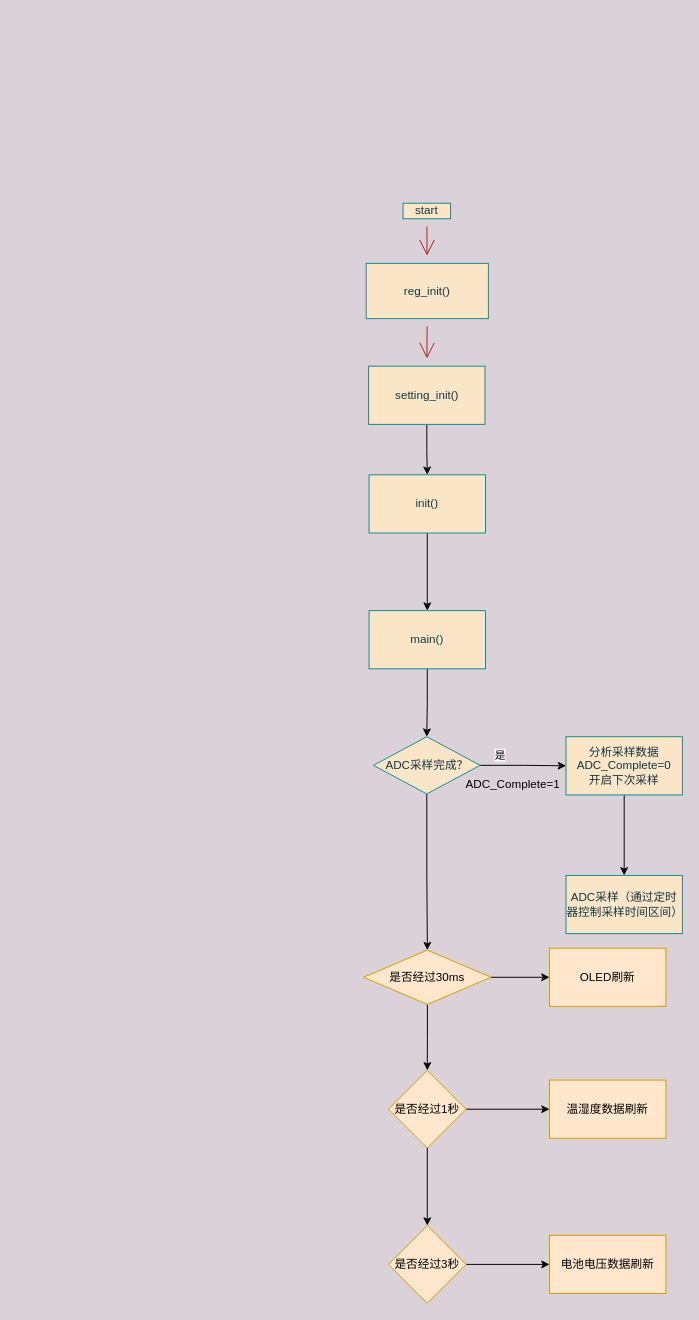
This is mini_scope.drawio from grander1/draw_io, a draw.io file, before an edit. Source tidied: cells renumbered, new cells numbered last; positions are measured from the earlier drawing's top-left corner, leaving out a move shared by most shapes. Both pictures are drawn from the tidied source at 97%, with x=0, y=0 at pixel (363, 203).
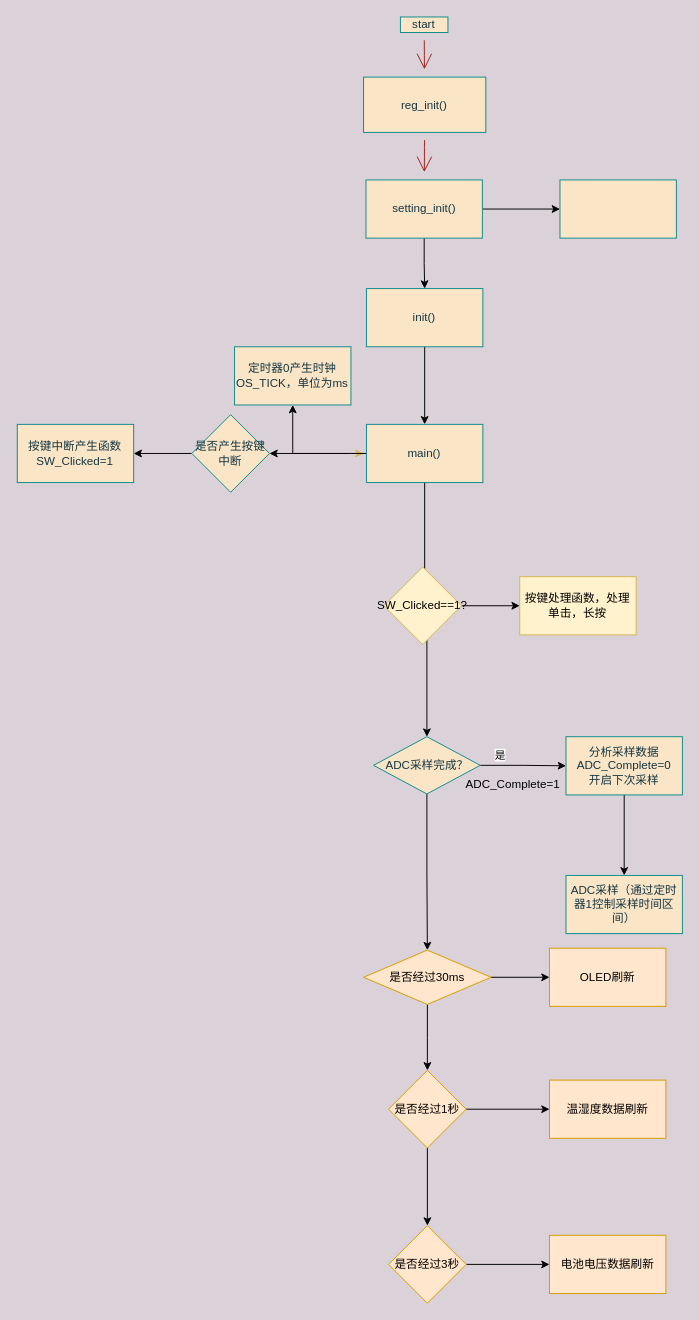
After the change.

What changed in the source:
```diff
@@
     <mxCell id="3" value="start" style="rounded=0;whiteSpace=wrap;html=1;hachureGap=4;fillColor=#FAE5C7;strokeColor=#0F8B8D;fontColor=#143642;" parent="1" vertex="1">
-      <mxGeometry x="41" width="49" height="16" as="geometry" />
+      <mxGeometry x="38.3" y="-192" width="49" height="16" as="geometry" />
     </mxCell>
@@
-    <mxCell id="5" value="reg_init()" style="whiteSpace=wrap;html=1;hachureGap=4;fillColor=#FAE5C7;strokeColor=#0F8B8D;fontColor=#143642;" parent="1" vertex="1">
-      <mxGeometry x="3" y="62" width="126" height="57" as="geometry" />
+    <mxCell id="5" value="reg_init()" style="html=1;hachureGap=4;fillColor=#FAE5C7;strokeColor=#0F8B8D;fontColor=#143642;labelPosition=center;verticalLabelPosition=middle;align=center;verticalAlign=middle;whiteSpace=wrap;" parent="1" vertex="1">
+      <mxGeometry x="0.3" y="-130" width="126" height="57" as="geometry" />
     </mxCell>
@@
+    <mxCell id="31" style="edgeStyle=orthogonalEdgeStyle;rounded=0;jettySize=auto;html=1;" parent="1" edge="1" source="7" target="42">
+      <mxGeometry relative="1" as="geometry" />
+    </mxCell>
     <mxCell id="7" value="setting_init()" style="whiteSpace=wrap;html=1;hachureGap=4;strokeColor=#0F8B8D;fontColor=#143642;fillColor=#FAE5C7;" parent="1" vertex="1">
-      <mxGeometry x="5.5" y="168" width="120" height="60" as="geometry" />
+      <mxGeometry x="2.8" y="-24" width="120" height="60" as="geometry" />
     </mxCell>
@@
     <mxCell id="9" value="init()" style="whiteSpace=wrap;html=1;fillColor=#FAE5C7;strokeColor=#0F8B8D;fontColor=#143642;hachureGap=4;" parent="1" vertex="1">
-      <mxGeometry x="6" y="280" width="120" height="60" as="geometry" />
+      <mxGeometry x="3.3" y="88" width="120" height="60" as="geometry" />
     </mxCell>
@@
+    <mxCell id="32" style="edgeStyle=orthogonalEdgeStyle;rounded=0;jettySize=auto;html=1;" parent="1" edge="1" source="11" target="35">
+      <mxGeometry relative="1" as="geometry" />
+    </mxCell>
+    <mxCell id="33" style="edgeStyle=orthogonalEdgeStyle;rounded=0;jettySize=auto;html=1;fillColor=#fff2cc;strokeColor=#d6b656;" parent="1" edge="1" source="11">
+      <mxGeometry relative="1" as="geometry">
+        <mxPoint x="0.3" y="258" as="targetPoint" />
+      </mxGeometry>
+    </mxCell>
+    <mxCell id="34" style="edgeStyle=orthogonalEdgeStyle;rounded=0;jettySize=auto;html=1;" parent="1" edge="1" source="11" target="37">
+      <mxGeometry relative="1" as="geometry" />
+    </mxCell>
     <mxCell id="11" value="main()" style="whiteSpace=wrap;html=1;fillColor=#FAE5C7;strokeColor=#0F8B8D;fontColor=#143642;hachureGap=4;" parent="1" vertex="1">
-      <mxGeometry x="6" y="420" width="120" height="60" as="geometry" />
+      <mxGeometry x="3.3" y="228" width="120" height="60" as="geometry" />
     </mxCell>
@@
     <mxCell id="15" value="ADC采样完成？" style="rhombus;whiteSpace=wrap;html=1;fillColor=#FAE5C7;strokeColor=#0F8B8D;fontColor=#143642;hachureGap=4;" parent="1" vertex="1">
-      <mxGeometry x="10.5" y="550" width="110" height="59" as="geometry" />
+      <mxGeometry x="10.6" y="550" width="110" height="59" as="geometry" />
     </mxCell>
@@
-    <mxCell id="18" value="ADC采样（通过定时器控制采样时间区间）" style="whiteSpace=wrap;html=1;fillColor=#FAE5C7;strokeColor=#0F8B8D;fontColor=#143642;hachureGap=4;" parent="1" vertex="1">
+    <mxCell id="18" value="ADC采样（通过定时器1控制采样时间区间）" style="whiteSpace=wrap;html=1;fillColor=#FAE5C7;strokeColor=#0F8B8D;fontColor=#143642;hachureGap=4;" parent="1" vertex="1">
       <mxGeometry x="209" y="693" width="120" height="60" as="geometry" />
     </mxCell>
@@
     <mxCell id="25" value="是否经过1秒" style="rhombus;whiteSpace=wrap;html=1;fillColor=#ffe6cc;strokeColor=#d79b00;" parent="1" vertex="1">
-      <mxGeometry x="26" y="894" width="80" height="80" as="geometry" />
+      <mxGeometry x="26.1" y="894" width="80" height="80" as="geometry" />
     </mxCell>
@@
     <mxCell id="28" value="是否经过3秒" style="rhombus;whiteSpace=wrap;html=1;fillColor=#ffe6cc;strokeColor=#d79b00;" parent="1" vertex="1">
-      <mxGeometry x="26" y="1054" width="80" height="80" as="geometry" />
+      <mxGeometry x="26.1" y="1054" width="80" height="80" as="geometry" />
     </mxCell>
@@
+    <mxCell id="35" value="定时器0产生时钟OS_TICK，单位为ms" style="whiteSpace=wrap;html=1;fillColor=#FAE5C7;strokeColor=#0F8B8D;fontColor=#143642;hachureGap=4;" parent="1" vertex="1">
+      <mxGeometry x="-132.7" y="148" width="120" height="60" as="geometry" />
+    </mxCell>
+    <mxCell id="36" style="edgeStyle=orthogonalEdgeStyle;rounded=0;jettySize=auto;html=1;" parent="1" edge="1" source="37" target="38">
+      <mxGeometry relative="1" as="geometry" />
+    </mxCell>
+    <mxCell id="37" value="是否产生按键中断" style="rhombus;whiteSpace=wrap;html=1;fillColor=#FAE5C7;strokeColor=#0F8B8D;fontColor=#143642;hachureGap=4;" parent="1" vertex="1">
+      <mxGeometry x="-176.7" y="218" width="80" height="80" as="geometry" />
+    </mxCell>
+    <mxCell id="38" value="&lt;div&gt;按键中断产生函数&lt;/div&gt;&lt;div&gt;SW_Clicked=1&lt;/div&gt;" style="whiteSpace=wrap;html=1;fillColor=#FAE5C7;strokeColor=#0F8B8D;fontColor=#143642;hachureGap=4;" parent="1" vertex="1">
+      <mxGeometry x="-356.7" y="228" width="120" height="60" as="geometry" />
+    </mxCell>
+    <mxCell id="39" style="edgeStyle=orthogonalEdgeStyle;rounded=0;jettySize=auto;html=1;" parent="1" edge="1" source="40" target="41">
+      <mxGeometry relative="1" as="geometry" />
+    </mxCell>
+    <mxCell id="40" value="SW_Clicked==1?" style="rhombus;whiteSpace=wrap;html=1;fillColor=#fff2cc;strokeColor=#d6b656;" parent="1" vertex="1">
+      <mxGeometry x="21.3" y="375" width="80" height="80" as="geometry" />
+    </mxCell>
+    <mxCell id="41" value="按键处理函数，处理单击，长按" style="whiteSpace=wrap;html=1;fillColor=#fff2cc;strokeColor=#d6b656;" parent="1" vertex="1">
+      <mxGeometry x="161.3" y="385" width="120" height="60" as="geometry" />
+    </mxCell>
+    <mxCell id="42" style="whiteSpace=wrap;html=1;fillColor=#FAE5C7;strokeColor=#0F8B8D;fontColor=#143642;hachureGap=4;" parent="1" vertex="1">
+      <mxGeometry x="202.8" y="-24" width="120" height="60" as="geometry" />
+    </mxCell>
```
